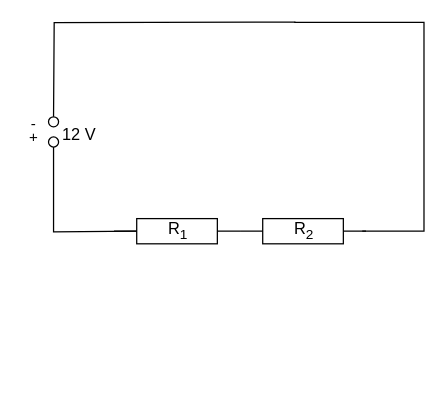
Above: page "Page-4" (4 of 4) of stromkreise.drawio in JoernWVSG/diagram (draw.io), before the change. Source tidied: cells renumbered, new cells numbered last; positions are measured from the earlier drawing's top-left corner, leaving out a move shared by most shapes. Both pictures are drawn from the tidied source at 126%, with x=0, y=0 at pixel (21, 21).
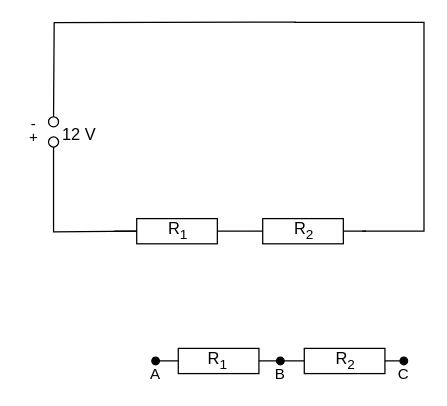
Above is the later version.

The edit, as a diff of the source:
```diff
@@
+    <mxCell id="14" style="verticalLabelPosition=bottom;shadow=0;dashed=0;align=center;verticalAlign=top;shape=mxgraph.electrical.resistors.resistor_1;" parent="1" vertex="1">
+      <mxGeometry x="106" y="259" width="100" height="20" as="geometry" />
+    </mxCell>
+    <mxCell id="15" value="&lt;font style=&quot;font-size: 13px&quot;&gt;R&lt;sub&gt;1&amp;nbsp;&lt;/sub&gt;&lt;/font&gt;" style="text;html=1;strokeColor=none;fillColor=none;align=center;verticalAlign=middle;whiteSpace=wrap;rounded=0;" parent="1" vertex="1">
+      <mxGeometry x="127" y="254" width="60" height="30" as="geometry" />
+    </mxCell>
+    <mxCell id="16" style="verticalLabelPosition=bottom;shadow=0;dashed=0;align=center;verticalAlign=top;shape=mxgraph.electrical.resistors.resistor_1;" parent="1" vertex="1">
+      <mxGeometry x="206" y="259" width="100" height="20" as="geometry" />
+    </mxCell>
+    <mxCell id="17" value="&lt;font style=&quot;font-size: 13px&quot;&gt;R&lt;sub&gt;2&lt;/sub&gt;&lt;/font&gt;" style="text;html=1;strokeColor=none;fillColor=none;align=center;verticalAlign=middle;whiteSpace=wrap;rounded=0;" parent="1" vertex="1">
+      <mxGeometry x="227" y="254" width="60" height="30" as="geometry" />
+    </mxCell>
+    <mxCell id="18" value="B" style="ellipse;whiteSpace=wrap;html=1;fillColor=#000000;verticalAlign=top;" parent="1" vertex="1">
+      <mxGeometry x="202" y="266" width="6" height="6" as="geometry" />
+    </mxCell>
+    <mxCell id="19" value="C" style="ellipse;whiteSpace=wrap;html=1;fillColor=#000000;verticalAlign=top;" parent="1" vertex="1">
+      <mxGeometry x="300" y="266" width="6" height="6" as="geometry" />
+    </mxCell>
+    <mxCell id="20" value="A" style="ellipse;whiteSpace=wrap;html=1;fillColor=#000000;verticalAlign=top;" parent="1" vertex="1">
+      <mxGeometry x="103" y="266" width="6" height="6" as="geometry" />
+    </mxCell>
```
